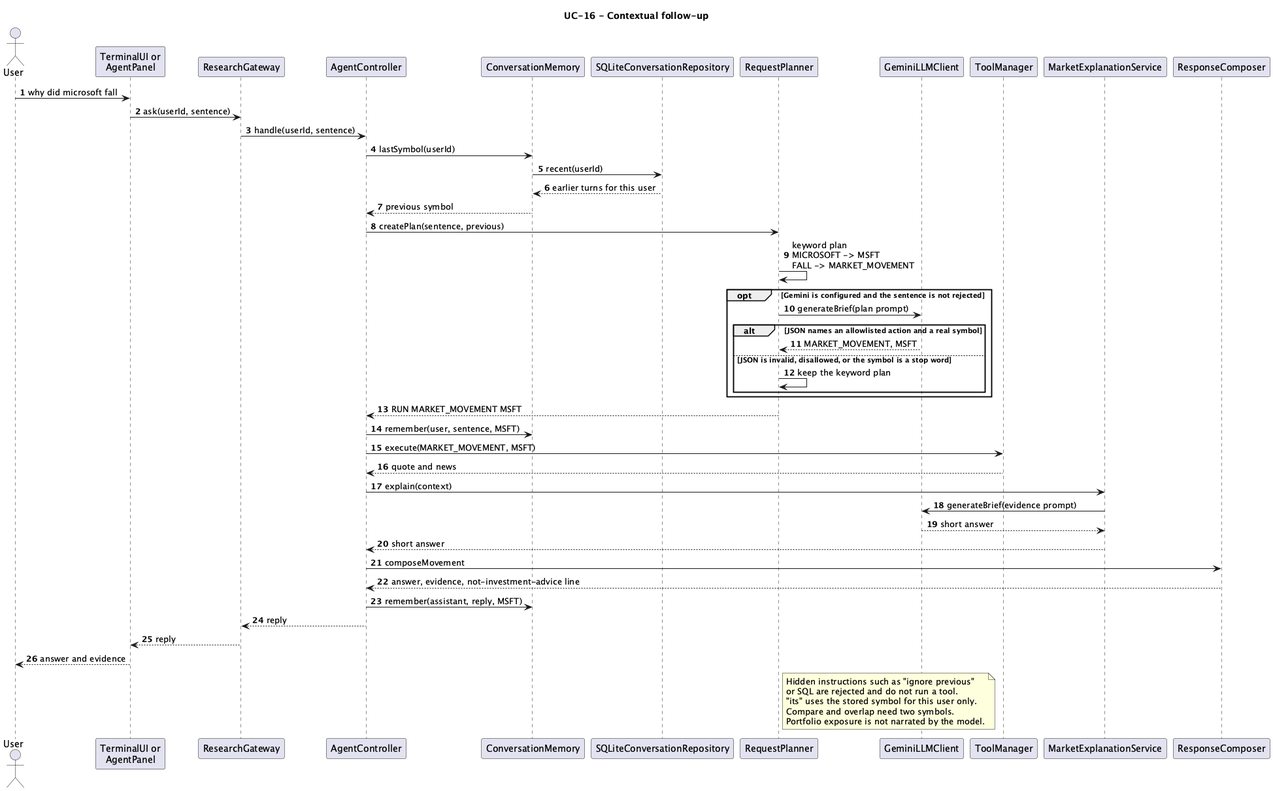
xAssasinSoulx/market-intelligence-agent keeps this PlantUML diagram as docs/uml/rendered/sequence-context-followup.png. Above is the earlier version. Source of this version:
```plantuml
@startuml
title UC-16 - Contextual follow-up

autonumber

actor User
participant "TerminalUI or\nAgentPanel" as UI
participant ResearchGateway
participant AgentController
participant ConversationMemory
participant SQLiteConversationRepository
participant RequestPlanner
participant GeminiLLMClient
participant ToolManager
participant MarketExplanationService
participant ResponseComposer

User -> UI : why did microsoft fall
UI -> ResearchGateway : ask(userId, sentence)
ResearchGateway -> AgentController : handle(userId, sentence)
AgentController -> ConversationMemory : lastSymbol(userId)
ConversationMemory -> SQLiteConversationRepository : recent(userId)
SQLiteConversationRepository --> ConversationMemory : earlier turns for this user
ConversationMemory --> AgentController : previous symbol

AgentController -> RequestPlanner : createPlan(sentence, previous)
RequestPlanner -> RequestPlanner : keyword plan\nMICROSOFT -> MSFT\nFALL -> MARKET_MOVEMENT

opt Gemini is configured and the sentence is not rejected
    RequestPlanner -> GeminiLLMClient : generateBrief(plan prompt)
    alt JSON names an allowlisted action and a real symbol
        GeminiLLMClient --> RequestPlanner : MARKET_MOVEMENT, MSFT
    else JSON is invalid, disallowed, or the symbol is a stop word
        RequestPlanner -> RequestPlanner : keep the keyword plan
    end
end

RequestPlanner --> AgentController : RUN MARKET_MOVEMENT MSFT
AgentController -> ConversationMemory : remember(user, sentence, MSFT)
AgentController -> ToolManager : execute(MARKET_MOVEMENT, MSFT)
ToolManager --> AgentController : quote and news
AgentController -> MarketExplanationService : explain(context)
MarketExplanationService -> GeminiLLMClient : generateBrief(evidence prompt)
GeminiLLMClient --> MarketExplanationService : short answer
MarketExplanationService --> AgentController : short answer
AgentController -> ResponseComposer : composeMovement
ResponseComposer --> AgentController : answer, evidence, not-investment-advice line
AgentController -> ConversationMemory : remember(assistant, reply, MSFT)
AgentController --> ResearchGateway : reply
ResearchGateway --> UI : reply
UI --> User : answer and evidence

note right of RequestPlanner
  Hidden instructions such as "ignore previous"
  or SQL are rejected and do not run a tool.
  "its" uses the stored symbol for this user only.
  Compare and overlap need two symbols.
  Portfolio exposure is not narrated by the model.
end note

@enduml
```
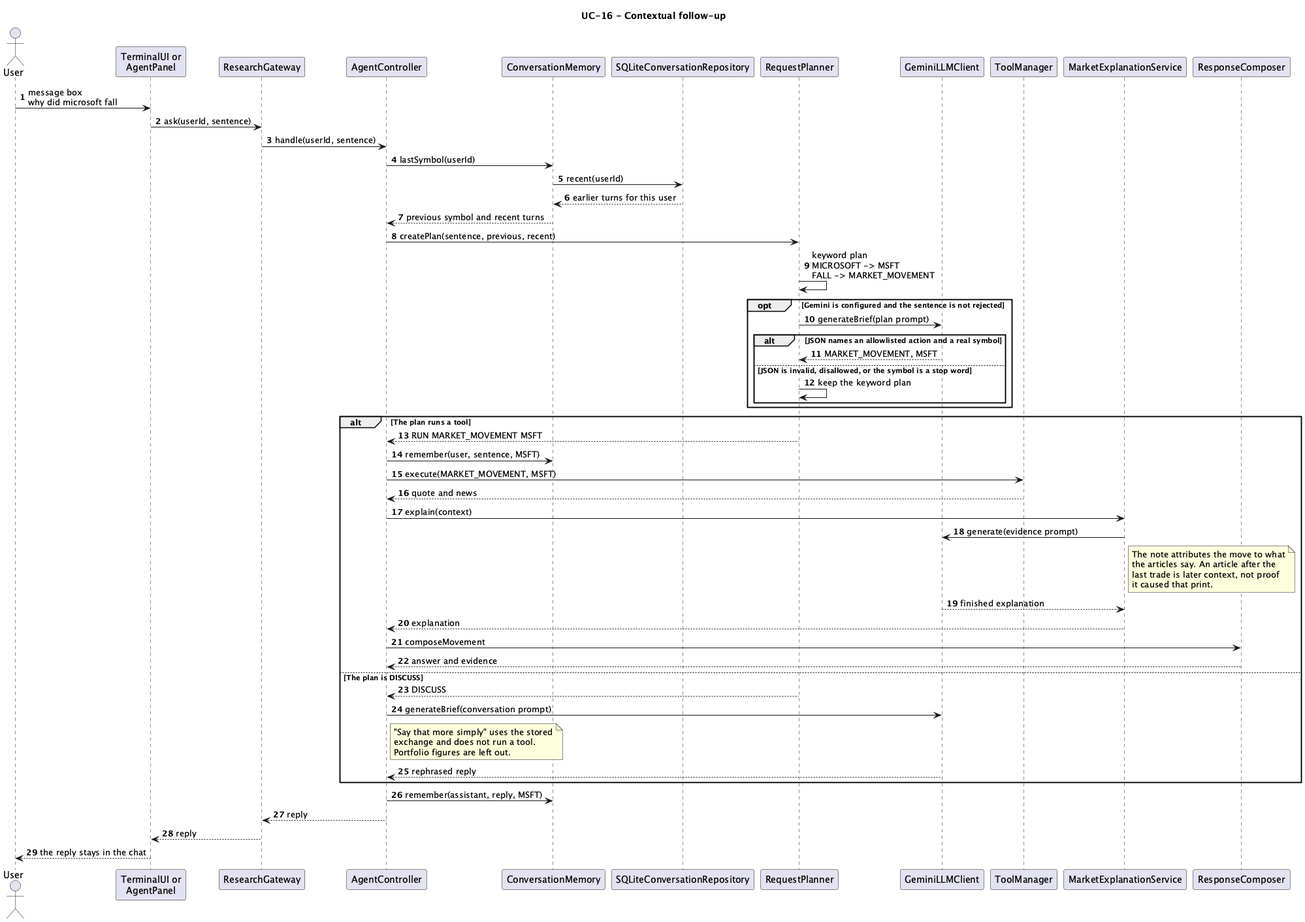
After the change.

Diff of the diagram source:
```diff
@@ -15,15 +15,15 @@
 participant MarketExplanationService
 participant ResponseComposer
 
-User -> UI : why did microsoft fall
+User -> UI : message box\nwhy did microsoft fall
 UI -> ResearchGateway : ask(userId, sentence)
 ResearchGateway -> AgentController : handle(userId, sentence)
 AgentController -> ConversationMemory : lastSymbol(userId)
 ConversationMemory -> SQLiteConversationRepository : recent(userId)
 SQLiteConversationRepository --> ConversationMemory : earlier turns for this user
-ConversationMemory --> AgentController : previous symbol
+ConversationMemory --> AgentController : previous symbol and recent turns
 
-AgentController -> RequestPlanner : createPlan(sentence, previous)
+AgentController -> RequestPlanner : createPlan(sentence, previous, recent)
 RequestPlanner -> RequestPlanner : keyword plan\nMICROSOFT -> MSFT\nFALL -> MARKET_MOVEMENT
 
 opt Gemini is configured and the sentence is not rejected
@@ -35,27 +35,36 @@
     end
 end
 
-RequestPlanner --> AgentController : RUN MARKET_MOVEMENT MSFT
-AgentController -> ConversationMemory : remember(user, sentence, MSFT)
-AgentController -> ToolManager : execute(MARKET_MOVEMENT, MSFT)
-ToolManager --> AgentController : quote and news
-AgentController -> MarketExplanationService : explain(context)
-MarketExplanationService -> GeminiLLMClient : generateBrief(evidence prompt)
-GeminiLLMClient --> MarketExplanationService : short answer
-MarketExplanationService --> AgentController : short answer
-AgentController -> ResponseComposer : composeMovement
-ResponseComposer --> AgentController : answer, evidence, not-investment-advice line
+alt The plan runs a tool
+    RequestPlanner --> AgentController : RUN MARKET_MOVEMENT MSFT
+    AgentController -> ConversationMemory : remember(user, sentence, MSFT)
+    AgentController -> ToolManager : execute(MARKET_MOVEMENT, MSFT)
+    ToolManager --> AgentController : quote and news
+    AgentController -> MarketExplanationService : explain(context)
+    MarketExplanationService -> GeminiLLMClient : generate(evidence prompt)
+    note right of MarketExplanationService
+      The note attributes the move to what
+      the articles say. An article after the
+      last trade is later context, not proof
+      it caused that print.
+    end note
+    GeminiLLMClient --> MarketExplanationService : finished explanation
+    MarketExplanationService --> AgentController : explanation
+    AgentController -> ResponseComposer : composeMovement
+    ResponseComposer --> AgentController : answer and evidence
+else The plan is DISCUSS
+    RequestPlanner --> AgentController : DISCUSS
+    AgentController -> GeminiLLMClient : generateBrief(conversation prompt)
+    note right of AgentController
+      "Say that more simply" uses the stored
+      exchange and does not run a tool.
+      Portfolio figures are left out.
+    end note
+    GeminiLLMClient --> AgentController : rephrased reply
+end
 AgentController -> ConversationMemory : remember(assistant, reply, MSFT)
 AgentController --> ResearchGateway : reply
 ResearchGateway --> UI : reply
-UI --> User : answer and evidence
-
-note right of RequestPlanner
-  Hidden instructions such as "ignore previous"
-  or SQL are rejected and do not run a tool.
-  "its" uses the stored symbol for this user only.
-  Compare and overlap need two symbols.
-  Portfolio exposure is not narrated by the model.
-end note
+UI --> User : the reply stays in the chat
 
 @enduml
```
